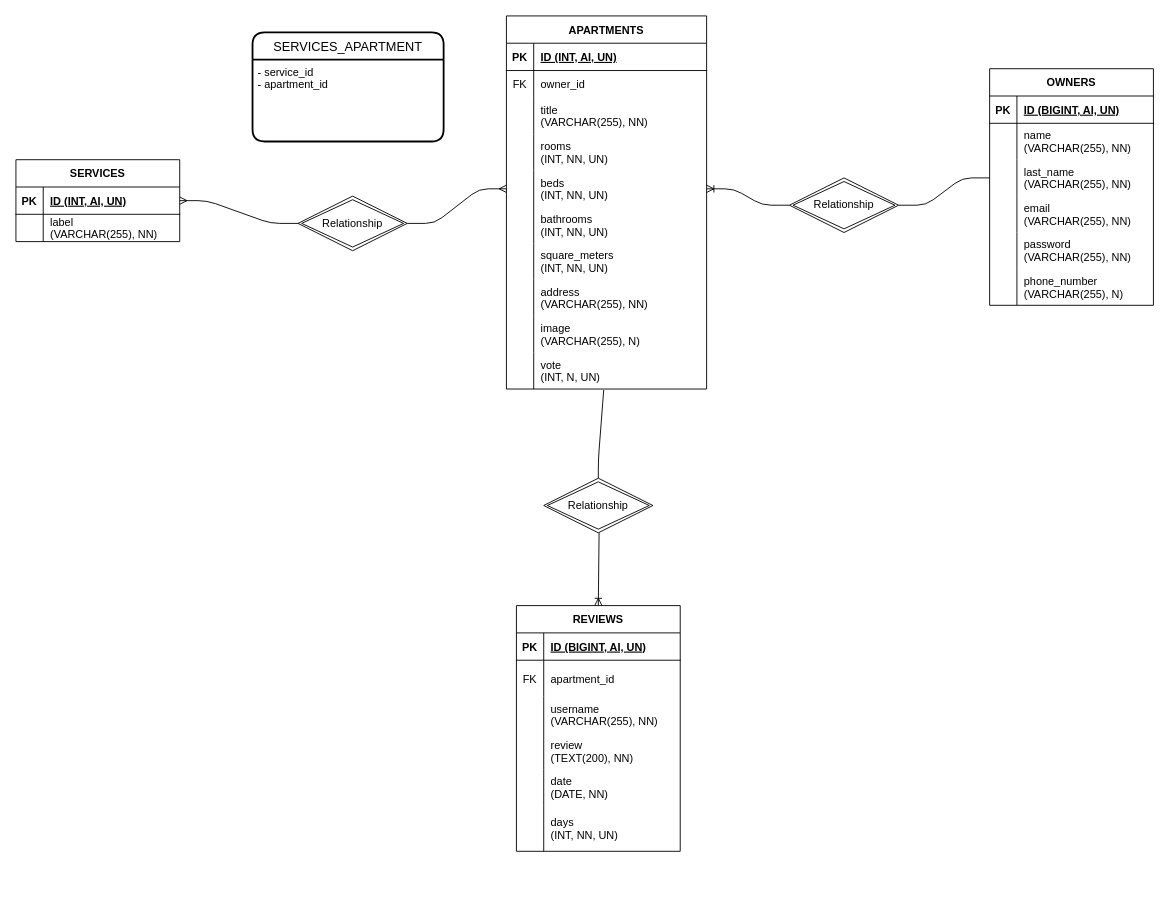
Earlier version of the draw.io diagram database/schema_db.drawio (deca-francesco/pjw-t5-boolbnb). Source tidied: cells renumbered, new cells numbered last; positions are measured from the earlier drawing's top-left corner, leaving out a move shared by most shapes. Both pictures are drawn from the tidied source at 91%, with x=0, y=0 at pixel (15, 15).
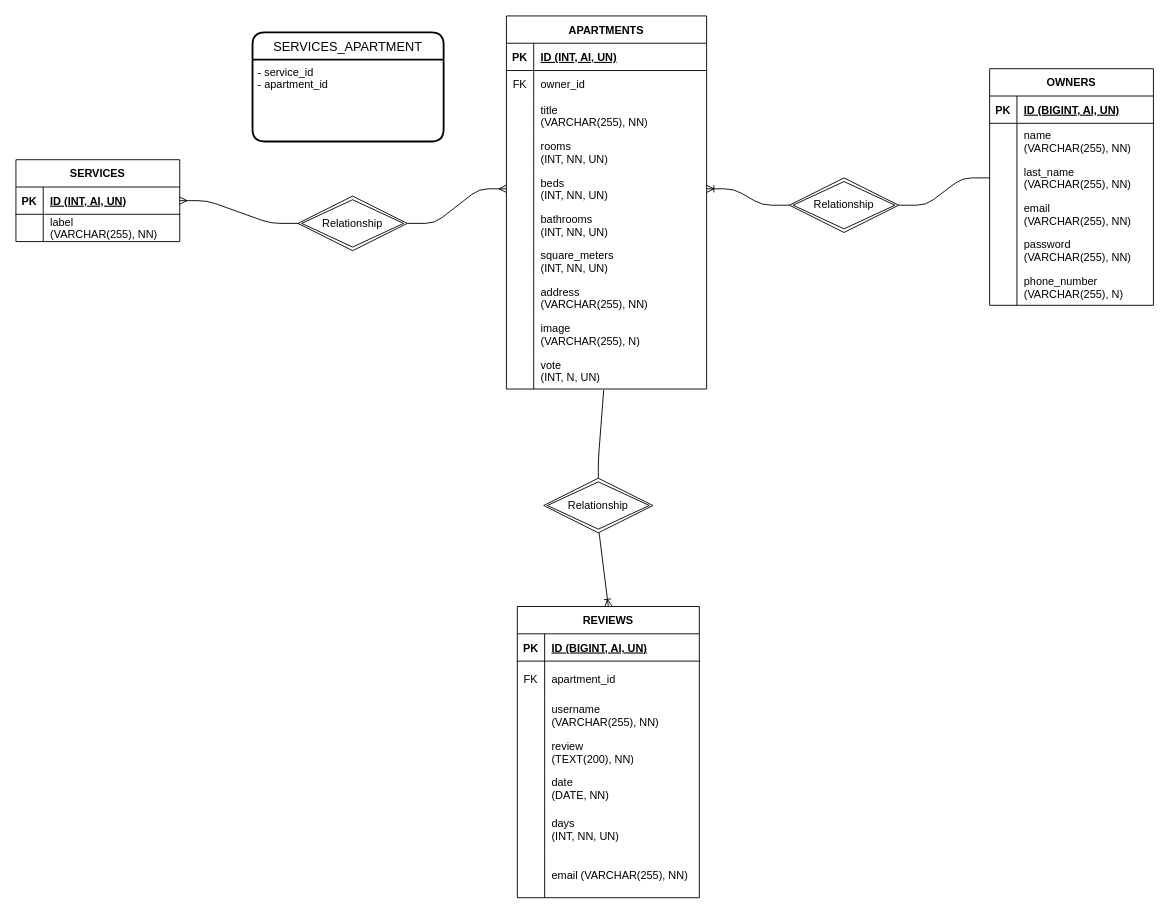
After the change.

Commit message:
add email in reviews in schema

Change to the diagram source:
```diff
@@
     <mxCell id="68" value="REVIEWS" style="shape=table;startSize=30;childLayout=tableLayout;rowLines=0;fontStyle=1;align=center;" parent="1" vertex="1">
-      <mxGeometry x="550" y="648" width="180" height="270" as="geometry" />
+      <mxGeometry x="551" y="649" width="200" height="320" as="geometry" />
     </mxCell>
     <mxCell id="69" style="shape=tableRow;horizontal=0;startSize=0;swimlaneHead=0;swimlaneBody=0;fillColor=none;top=0;left=0;right=0;bottom=1;" parent="68" vertex="1">
-      <mxGeometry y="30" width="180" height="30" as="geometry" />
+      <mxGeometry y="30" width="200" height="30" as="geometry" />
     </mxCell>
@@
     <mxCell id="71" value="ID (BIGINT, AI, UN)" style="shape=partialRectangle;fillColor=none;top=0;left=0;bottom=0;right=0;align=left;spacingLeft=6;fontStyle=5;overflow=hidden;" parent="69" vertex="1">
-      <mxGeometry x="30" width="150" height="30" as="geometry" />
+      <mxGeometry x="30" width="170" height="30" as="geometry" />
     </mxCell>
     <mxCell id="72" style="shape=tableRow;horizontal=0;startSize=0;swimlaneHead=0;swimlaneBody=0;fillColor=none;top=0;left=0;right=0;bottom=0;" parent="68" vertex="1">
-      <mxGeometry y="60" width="180" height="40" as="geometry" />
+      <mxGeometry y="60" width="200" height="40" as="geometry" />
     </mxCell>
@@
     <mxCell id="74" value="apartment_id" style="shape=partialRectangle;fillColor=none;top=0;left=0;bottom=0;right=0;align=left;spacingLeft=6;overflow=hidden;" parent="72" vertex="1">
-      <mxGeometry x="30" width="150" height="40" as="geometry" />
+      <mxGeometry x="30" width="170" height="40" as="geometry" />
     </mxCell>
     <mxCell id="75" style="shape=tableRow;horizontal=0;startSize=0;swimlaneHead=0;swimlaneBody=0;fillColor=none;top=0;left=0;right=0;bottom=0;" parent="68" vertex="1">
-      <mxGeometry y="100" width="180" height="40" as="geometry" />
+      <mxGeometry y="100" width="200" height="40" as="geometry" />
     </mxCell>
@@
     <mxCell id="77" value="username&#10;(VARCHAR(255), NN)" style="shape=partialRectangle;fillColor=none;top=0;left=0;bottom=0;right=0;align=left;spacingLeft=6;overflow=hidden;" parent="75" vertex="1">
-      <mxGeometry x="30" width="150" height="40" as="geometry" />
+      <mxGeometry x="30" width="170" height="40" as="geometry" />
     </mxCell>
     <mxCell id="78" style="shape=tableRow;horizontal=0;startSize=0;swimlaneHead=0;swimlaneBody=0;fillColor=none;top=0;left=0;right=0;bottom=0;" parent="68" vertex="1">
-      <mxGeometry y="140" width="180" height="40" as="geometry" />
+      <mxGeometry y="140" width="200" height="40" as="geometry" />
     </mxCell>
@@
     <mxCell id="80" value="review&#10;(TEXT(200), NN)" style="shape=partialRectangle;fillColor=none;top=0;left=0;bottom=0;right=0;align=left;spacingLeft=6;overflow=hidden;" parent="78" vertex="1">
-      <mxGeometry x="30" width="150" height="40" as="geometry" />
+      <mxGeometry x="30" width="170" height="40" as="geometry" />
     </mxCell>
     <mxCell id="81" style="shape=tableRow;horizontal=0;startSize=0;swimlaneHead=0;swimlaneBody=0;fillColor=none;top=0;left=0;right=0;bottom=0;" parent="68" vertex="1">
-      <mxGeometry y="180" width="180" height="40" as="geometry" />
+      <mxGeometry y="180" width="200" height="40" as="geometry" />
     </mxCell>
@@
     <mxCell id="83" value="date&#10;(DATE, NN)" style="shape=partialRectangle;fillColor=none;top=0;left=0;bottom=0;right=0;align=left;spacingLeft=6;overflow=hidden;" parent="81" vertex="1">
-      <mxGeometry x="30" width="150" height="40" as="geometry" />
+      <mxGeometry x="30" width="170" height="40" as="geometry" />
     </mxCell>
     <mxCell id="84" style="shape=tableRow;horizontal=0;startSize=0;swimlaneHead=0;swimlaneBody=0;fillColor=none;top=0;left=0;right=0;bottom=0;" parent="68" vertex="1">
-      <mxGeometry y="220" width="180" height="50" as="geometry" />
+      <mxGeometry y="220" width="200" height="50" as="geometry" />
     </mxCell>
@@
     <mxCell id="86" value="days&#10;(INT, NN, UN)" style="shape=partialRectangle;fillColor=none;top=0;left=0;bottom=0;right=0;align=left;spacingLeft=6;overflow=hidden;" parent="84" vertex="1">
-      <mxGeometry x="30" width="150" height="50" as="geometry" />
+      <mxGeometry x="30" width="170" height="50" as="geometry" />
     </mxCell>
+    <mxCell id="90" style="shape=tableRow;horizontal=0;startSize=0;swimlaneHead=0;swimlaneBody=0;fillColor=none;top=0;left=0;right=0;bottom=0;" parent="68" vertex="1">
+      <mxGeometry y="270" width="200" height="50" as="geometry" />
+    </mxCell>
+    <mxCell id="91" style="shape=partialRectangle;fillColor=none;top=0;left=0;bottom=0;right=0;overflow=hidden;" parent="90" vertex="1">
+      <mxGeometry width="30" height="50" as="geometry" />
+    </mxCell>
+    <mxCell id="92" value="email (VARCHAR(255), NN)" style="shape=partialRectangle;fillColor=none;top=0;left=0;bottom=0;right=0;align=left;spacingLeft=6;overflow=hidden;" parent="90" vertex="1">
+      <mxGeometry x="30" width="170" height="50" as="geometry" />
+    </mxCell>
```
